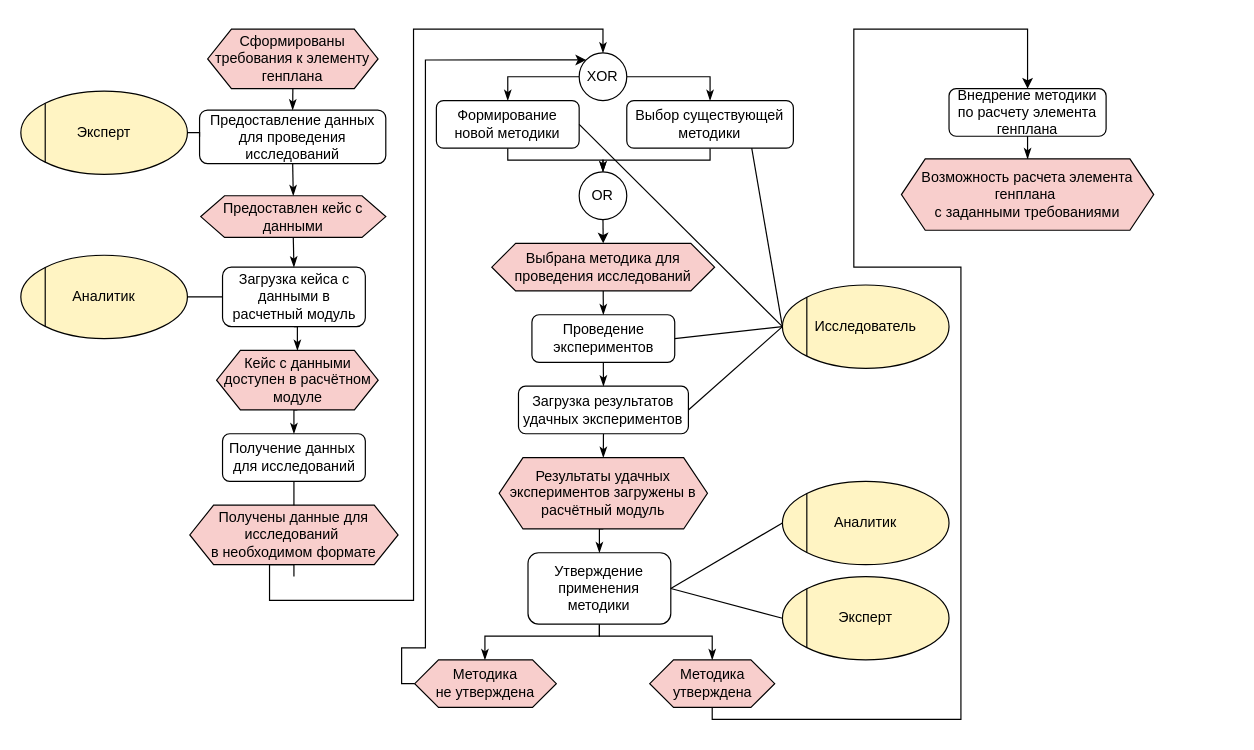
Above: master/sources/presentation/diagrams/common_epc.drawio in stalker-fc/diploma (draw.io), before the change. Source tidied: cells renumbered, new cells numbered last; positions are measured from the earlier drawing's top-left corner, leaving out a move shared by most shapes. Both pictures are drawn from the tidied source at 119%, with x=0, y=0 at pixel (20, 29).
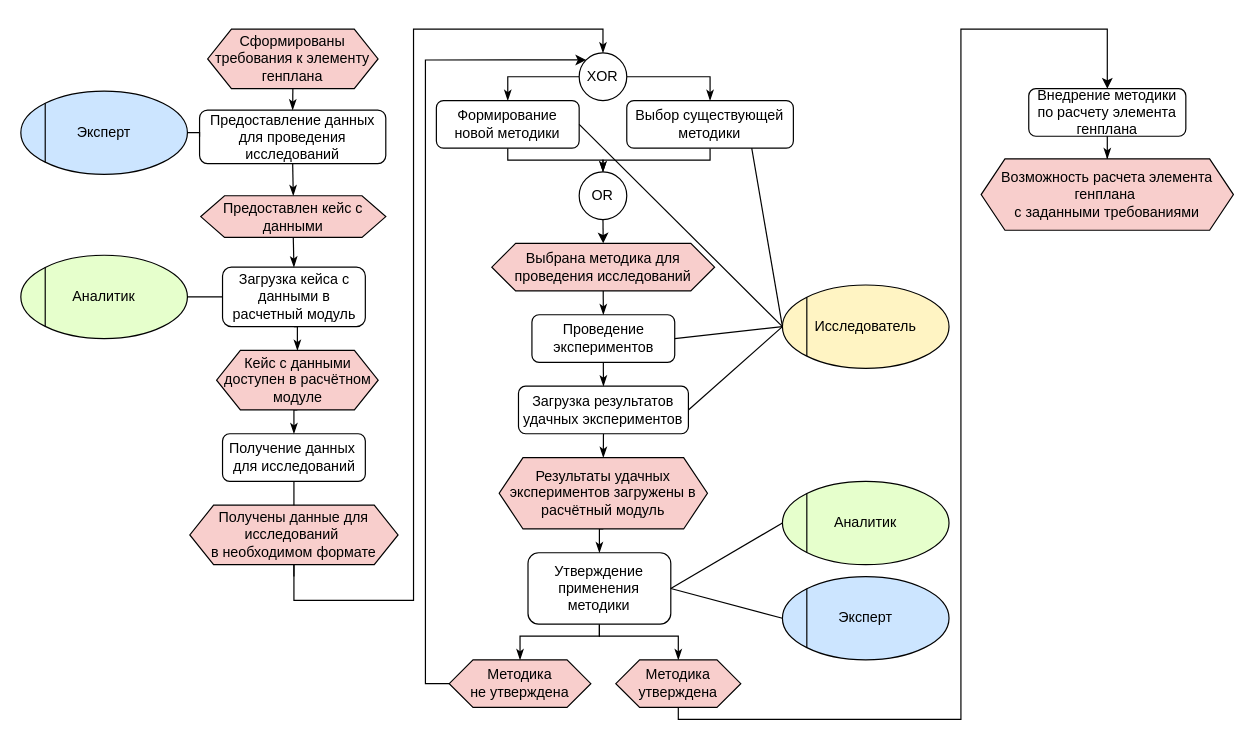
After the change.

Unchanged cells that the change refers to:
```xml
<mxCell id="27" value="Получены данные для исследований&amp;nbsp;&lt;br&gt;в необходимом формате" style="shape=hexagon;perimeter=hexagonPerimeter2;whiteSpace=wrap;html=1;fixedSize=1;fillColor=#F8CECC;" parent="1" vertex="1">
  <mxGeometry x="142" y="400" width="175" height="50" as="geometry" />
</mxCell>
<mxCell id="30" value="XOR" style="ellipse;whiteSpace=wrap;html=1;fillColor=#FFFFFF;" parent="1" vertex="1">
  <mxGeometry x="469.2" y="20" width="40" height="40" as="geometry" />
</mxCell>
<mxCell id="35" value="Утверждение применения методики" style="rounded=1;whiteSpace=wrap;html=1;fillColor=#FFFFFF;" parent="1" vertex="1">
  <mxGeometry x="426.2" y="440" width="120" height="60" as="geometry" />
</mxCell>
<mxCell id="49" style="group;" parent="1" vertex="1">
  <mxGeometry y="190" width="140" height="70" as="geometry" />
</mxCell>
```

The edit, as a diff of the source:
```diff
@@
-    <mxCell id="2" style="group;" parent="1" vertex="1">
-      <mxGeometry x="640" y="380" width="176" height="129" as="geometry" />
-    </mxCell>
-    <mxCell id="3" value="Аналитик" style="ellipse;whiteSpace=wrap;html=1;fillColor=#FFF4C3;" parent="2" vertex="1">
-      <mxGeometry width="140" height="70" as="geometry" />
-    </mxCell>
-    <mxCell id="4" style="endArrow=none;html=1;rounded=0;exitX=0;exitY=1;exitDx=0;exitDy=0;entryX=0;entryY=0;entryDx=0;entryDy=0;" parent="2" edge="1" source="3" target="3">
-      <mxGeometry relative="1" as="geometry" />
-    </mxCell>
@@
     <mxCell id="26" style="edgeStyle=orthogonalEdgeStyle;rounded=0;jettySize=auto;html=1;exitX=0.5;exitY=1;exitDx=0;exitDy=0;entryX=0.5;entryY=0;entryDx=0;entryDy=0;endArrow=classicThin;endFill=1;" parent="1" edge="1" source="27" target="30">
       <mxGeometry relative="1" as="geometry">
         <Array as="points">
-          <mxPoint x="209" y="450" />
-          <mxPoint x="209" y="480" />
+          <mxPoint x="230" y="480" />
           <mxPoint x="330" y="480" />
           <mxPoint x="330" />
           <mxPoint x="489" />
         </Array>
       </mxGeometry>
     </mxCell>
@@
-    <mxCell id="33" style="edgeStyle=orthogonalEdgeStyle;rounded=0;jettySize=auto;html=1;exitX=0.5;exitY=1;exitDx=0;exitDy=0;endArrow=classicThin;endFill=1;entryX=0.5;entryY=0;entryDx=0;entryDy=0;" parent="1" edge="1" source="35">
+    <mxCell id="33" style="edgeStyle=orthogonalEdgeStyle;rounded=0;jettySize=auto;html=1;exitX=0.5;exitY=1;exitDx=0;exitDy=0;endArrow=classicThin;endFill=1;entryX=0.5;entryY=0;entryDx=0;entryDy=0;" parent="1" edge="1" source="35" target="39">
       <mxGeometry relative="1" as="geometry">
-        <mxPoint x="390" y="530" as="targetPoint" />
         <Array as="points">
-          <mxPoint x="486.5" y="510" />
-          <mxPoint x="389.5" y="510" />
+          <mxPoint x="486" y="510" />
+          <mxPoint x="420" y="510" />
+          <mxPoint x="420" y="530" />
         </Array>
       </mxGeometry>
     </mxCell>
     <mxCell id="34" style="edgeStyle=orthogonalEdgeStyle;rounded=0;jettySize=auto;html=1;exitX=0.5;exitY=1;exitDx=0;exitDy=0;entryX=0.5;entryY=0;entryDx=0;entryDy=0;endArrow=classicThin;endFill=1;" parent="1" edge="1" source="35" target="37">
       <mxGeometry relative="1" as="geometry">
         <Array as="points">
-          <mxPoint x="486.5" y="510" />
-          <mxPoint x="581.5" y="510" />
+          <mxPoint x="486" y="510" />
+          <mxPoint x="553" y="510" />
+          <mxPoint x="553" y="530" />
         </Array>
       </mxGeometry>
     </mxCell>
@@
     <mxCell id="36" style="edgeStyle=orthogonalEdgeStyle;rounded=0;jettySize=auto;html=1;exitX=0.5;exitY=1;exitDx=0;exitDy=0;entryX=0.5;entryY=0;entryDx=0;entryDy=0;" parent="1" edge="1" source="37" target="60">
       <mxGeometry relative="1" as="geometry">
         <Array as="points">
-          <mxPoint x="581" y="580" />
+          <mxPoint x="552" y="580" />
           <mxPoint x="790" y="580" />
-          <mxPoint x="790" y="200" />
-          <mxPoint x="700" y="200" />
-          <mxPoint x="700" />
-          <mxPoint x="846" />
+          <mxPoint x="790" />
+          <mxPoint x="913" />
         </Array>
       </mxGeometry>
     </mxCell>
     <mxCell id="37" value="Методика утверждена" style="shape=hexagon;perimeter=hexagonPerimeter2;whiteSpace=wrap;html=1;fixedSize=1;fillColor=#F8CECC;" parent="1" vertex="1">
-      <mxGeometry x="528.5" y="530" width="105" height="40" as="geometry" />
+      <mxGeometry x="500" y="530" width="105" height="40" as="geometry" />
     </mxCell>
     <mxCell id="38" style="edgeStyle=orthogonalEdgeStyle;rounded=0;jettySize=auto;html=1;exitX=0;exitY=0.5;exitDx=0;exitDy=0;endArrow=classic;endFill=1;entryX=0;entryY=0;entryDx=0;entryDy=0;" parent="1" edge="1" source="39" target="30">
       <mxGeometry relative="1" as="geometry">
         <Array as="points">
-          <mxPoint x="320" y="550" />
-          <mxPoint x="320" y="520" />
-          <mxPoint x="340" y="520" />
+          <mxPoint x="340" y="550" />
           <mxPoint x="340" y="26" />
         </Array>
       </mxGeometry>
     </mxCell>
     <mxCell id="39" value="Методика&lt;br&gt;не утверждена" style="shape=hexagon;perimeter=hexagonPerimeter2;whiteSpace=wrap;html=1;fixedSize=1;fillColor=#F8CECC;" parent="1" vertex="1">
-      <mxGeometry x="331" y="530" width="119" height="40" as="geometry" />
+      <mxGeometry x="360" y="530" width="119" height="40" as="geometry" />
     </mxCell>
@@
-    <mxCell id="47" value="Эксперт" style="ellipse;whiteSpace=wrap;html=1;fillColor=#FFF4C3;" parent="1" vertex="1">
+    <mxCell id="47" value="Эксперт" style="ellipse;whiteSpace=wrap;html=1;fillColor=#CCE5FF;" parent="1" vertex="1">
       <mxGeometry x="640" y="460" width="140" height="70" as="geometry" />
     </mxCell>
@@
-    <mxCell id="50" value="Аналитик" style="ellipse;whiteSpace=wrap;html=1;fillColor=#FFF4C3;" parent="49" vertex="1">
+    <mxCell id="50" value="Аналитик" style="ellipse;whiteSpace=wrap;html=1;fillColor=#E6FFCC;" parent="49" vertex="1">
       <mxGeometry width="140" height="70" as="geometry" />
     </mxCell>
@@
     <mxCell id="60" value="Внедрение методики по расчету элемента генплана" style="rounded=1;whiteSpace=wrap;html=1;fillColor=#FFFFFF;" parent="1" vertex="1">
-      <mxGeometry x="780" y="50" width="132" height="40" as="geometry" />
+      <mxGeometry x="847" y="50" width="132" height="40" as="geometry" />
     </mxCell>
     <mxCell id="61" value="Возможность расчета элемента генплана&amp;nbsp;&lt;br&gt;с заданными требованиями" style="shape=hexagon;perimeter=hexagonPerimeter2;whiteSpace=wrap;html=1;fixedSize=1;fillColor=#F8CECC;" parent="1" vertex="1">
-      <mxGeometry x="740" y="109" width="212" height="60" as="geometry" />
+      <mxGeometry x="807" y="109" width="212" height="60" as="geometry" />
     </mxCell>
-    <mxCell id="62" style="group;" parent="1" vertex="1">
-      <mxGeometry y="59" width="140" height="70" as="geometry" />
-    </mxCell>
-    <mxCell id="63" value="Эксперт" style="ellipse;whiteSpace=wrap;html=1;fillColor=#FFF4C3;" parent="62" vertex="1">
-      <mxGeometry y="-7" width="140" height="70" as="geometry" />
+    <mxCell id="63" value="Эксперт" style="ellipse;whiteSpace=wrap;html=1;fillColor=#CCE5FF;" parent="1" vertex="1">
+      <mxGeometry y="52" width="140" height="70" as="geometry" />
     </mxCell>
-    <mxCell id="64" style="endArrow=none;html=1;rounded=0;exitX=0;exitY=1;exitDx=0;exitDy=0;entryX=0;entryY=0;entryDx=0;entryDy=0;" parent="62" edge="1" source="63" target="63">
+    <mxCell id="64" style="endArrow=none;html=1;rounded=0;exitX=0;exitY=1;exitDx=0;exitDy=0;entryX=0;entryY=0;entryDx=0;entryDy=0;" parent="1" edge="1" source="63" target="63">
       <mxGeometry relative="1" as="geometry" />
     </mxCell>
+    <mxCell id="3" value="Аналитик" style="ellipse;whiteSpace=wrap;html=1;fillColor=#E6FFCC;" parent="1" vertex="1">
+      <mxGeometry x="640" y="380" width="140" height="70" as="geometry" />
+    </mxCell>
+    <mxCell id="4" style="endArrow=none;html=1;rounded=0;exitX=0;exitY=1;exitDx=0;exitDy=0;entryX=0;entryY=0;entryDx=0;entryDy=0;" parent="1" edge="1" source="3" target="3">
+      <mxGeometry relative="1" as="geometry" />
+    </mxCell>
```
